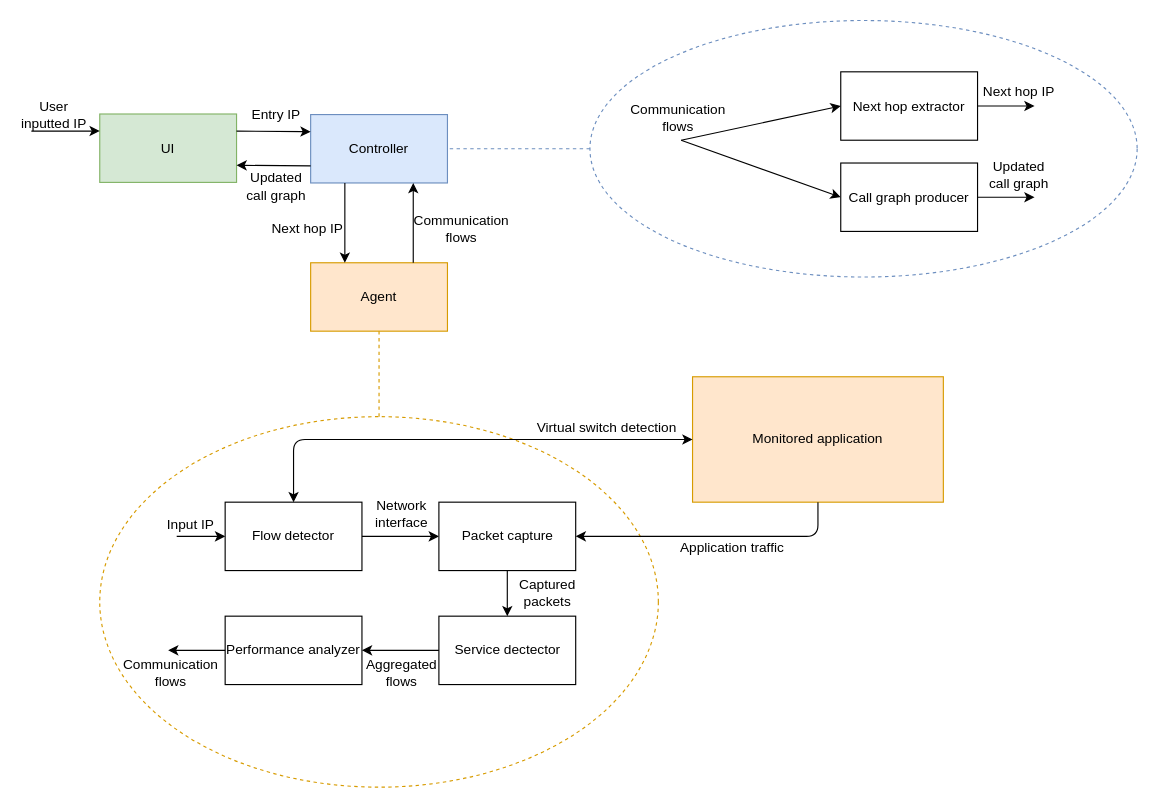
aaronlohner/DyMonD keeps this draw.io diagram as page "Eventual" (1 of 4) of diagrams/DyMonD Architecture.drawio. Above is the earlier version. Source tidied: cells renumbered, new cells numbered last; positions are measured from the earlier drawing's top-left corner, leaving out a move shared by most shapes. Both pictures are drawn from the tidied source at 114%, with x=0, y=0 at pixel (19, 21). Pictures stored in the file or linked from it are replaced by grey dashed boxes.
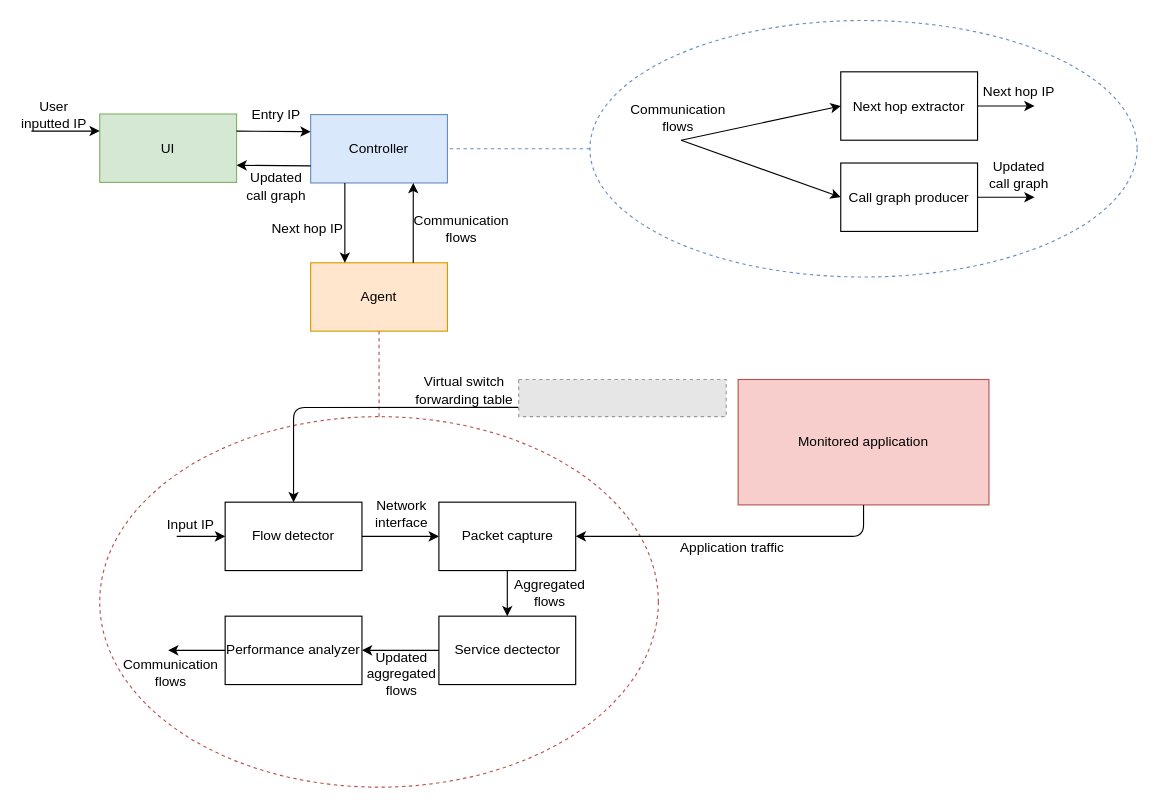
The same diagram, later.

Unchanged cells that the change refers to:
```xml
<mxCell id="4" value="Agent" style="rounded=0;whiteSpace=wrap;html=1;fillColor=#ffe6cc;strokeColor=#d79b00;" parent="1" vertex="1">
  <mxGeometry x="255" y="212" width="120" height="60" as="geometry" />
</mxCell>
<mxCell id="8" value="Flow detector" style="whiteSpace=wrap;html=1;" parent="1" vertex="1">
  <mxGeometry x="180" y="422" width="120" height="60" as="geometry" />
</mxCell>
<mxCell id="10" value="Packet capture" style="whiteSpace=wrap;html=1;" parent="1" vertex="1">
  <mxGeometry x="367.5" y="422" width="120" height="60" as="geometry" />
</mxCell>
```

What changed in the source:
```diff
@@
-    <mxCell id="2" style="ellipse;whiteSpace=wrap;html=1;shadow=0;glass=0;dashed=1;fillOpacity=0;fillColor=#ffe6cc;strokeColor=#d79b00;" parent="1" vertex="1">
+    <mxCell id="2" style="ellipse;whiteSpace=wrap;html=1;shadow=0;glass=0;dashed=1;fillOpacity=0;fillColor=#f8cecc;strokeColor=#b85450;" parent="1" vertex="1">
       <mxGeometry x="70" y="347" width="490" height="325" as="geometry" />
     </mxCell>
@@
-    <mxCell id="7" style="endArrow=none;dashed=1;html=1;entryX=0.5;entryY=1;entryDx=0;entryDy=0;exitX=0.5;exitY=0;exitDx=0;exitDy=0;fillColor=#ffe6cc;strokeColor=#d79b00;" parent="1" edge="1" source="2" target="4">
+    <mxCell id="7" style="endArrow=none;dashed=1;html=1;entryX=0.5;entryY=1;entryDx=0;entryDy=0;exitX=0.5;exitY=0;exitDx=0;exitDy=0;fillColor=#f8cecc;strokeColor=#b85450;" parent="1" edge="1" source="2" target="4">
       <mxGeometry relative="1" as="geometry" />
     </mxCell>
@@
-    <mxCell id="39" value="Monitored application" style="rounded=0;whiteSpace=wrap;html=1;fillColor=#ffe6cc;strokeColor=#d79b00;" parent="1" vertex="1">
-      <mxGeometry x="590" y="312" width="220" height="110" as="geometry" />
+    <mxCell id="39" value="Monitored application" style="rounded=0;whiteSpace=wrap;html=1;fillColor=#f8cecc;strokeColor=#b85450;" parent="1" vertex="1">
+      <mxGeometry x="630" y="314.4" width="220" height="110" as="geometry" />
     </mxCell>
@@
-    <mxCell id="41" value="Captured packets" style="text;html=1;strokeColor=none;fillColor=none;align=center;verticalAlign=middle;whiteSpace=wrap;rounded=0;dashed=1;" parent="1" vertex="1">
-      <mxGeometry x="437.5" y="492" width="50" height="20" as="geometry" />
-    </mxCell>
     <mxCell id="42" value="Aggregated flows" style="text;html=1;strokeColor=none;fillColor=none;align=center;verticalAlign=middle;whiteSpace=wrap;rounded=0;dashed=1;" parent="1" vertex="1">
-      <mxGeometry x="310" y="562" width="50" height="20" as="geometry" />
+      <mxGeometry x="440" y="492" width="50" height="20" as="geometry" />
     </mxCell>
-    <mxCell id="43" style="endArrow=classic;startArrow=classic;html=1;exitX=0.5;exitY=0;exitDx=0;exitDy=0;entryX=0;entryY=0.5;entryDx=0;entryDy=0;" parent="1" edge="1" source="8" target="39">
-      <mxGeometry relative="1" as="geometry">
-        <Array as="points">
-          <mxPoint x="240" y="367" />
-        </Array>
-      </mxGeometry>
-    </mxCell>
-    <mxCell id="44" value="Virtual switch detection" style="text;html=1;strokeColor=none;fillColor=none;align=center;verticalAlign=middle;whiteSpace=wrap;rounded=0;dashed=1;" parent="1" vertex="1">
-      <mxGeometry x="450" y="347" width="130" height="20" as="geometry" />
+    <mxCell id="44" value="Virtual switch forwarding table" style="text;html=1;strokeColor=none;fillColor=none;align=center;verticalAlign=middle;whiteSpace=wrap;rounded=0;dashed=1;" parent="1" vertex="1">
+      <mxGeometry x="345" y="314.4" width="90" height="20" as="geometry" />
     </mxCell>
     <mxCell id="45" style="endArrow=classic;html=1;exitX=0.5;exitY=1;exitDx=0;exitDy=0;entryX=1;entryY=0.5;entryDx=0;entryDy=0;" parent="1" edge="1" source="39" target="10">
       <mxGeometry relative="1" as="geometry">
         <Array as="points">
-          <mxPoint x="700" y="452" />
+          <mxPoint x="740" y="452" />
         </Array>
       </mxGeometry>
     </mxCell>
@@
+    <mxCell id="47" style="endArrow=classic;html=1;entryX=0.5;entryY=0;entryDx=0;entryDy=0;exitX=0;exitY=0.75;exitDx=0;exitDy=0;" parent="1" edge="1" source="48" target="8">
+      <mxGeometry relative="1" as="geometry">
+        <Array as="points">
+          <mxPoint x="240" y="339" />
+        </Array>
+      </mxGeometry>
+    </mxCell>
+    <mxCell id="48" style="fillColor=#E6E6E6;strokeColor=#999999;dashed=1;verticalLabelPosition=bottom;labelBackgroundColor=#ffffff;verticalAlign=top;" parent="1" vertex="1">
+      <mxGeometry x="437.5" y="314.4" width="182" height="32.6" as="geometry" />
+    </mxCell>
+    <mxCell id="49" value="Updated&lt;br&gt;aggregated&lt;br&gt;flows" style="text;html=1;strokeColor=none;fillColor=none;align=center;verticalAlign=middle;whiteSpace=wrap;rounded=0;dashed=1;" parent="1" vertex="1">
+      <mxGeometry x="310" y="563" width="50" height="20" as="geometry" />
+    </mxCell>
```
